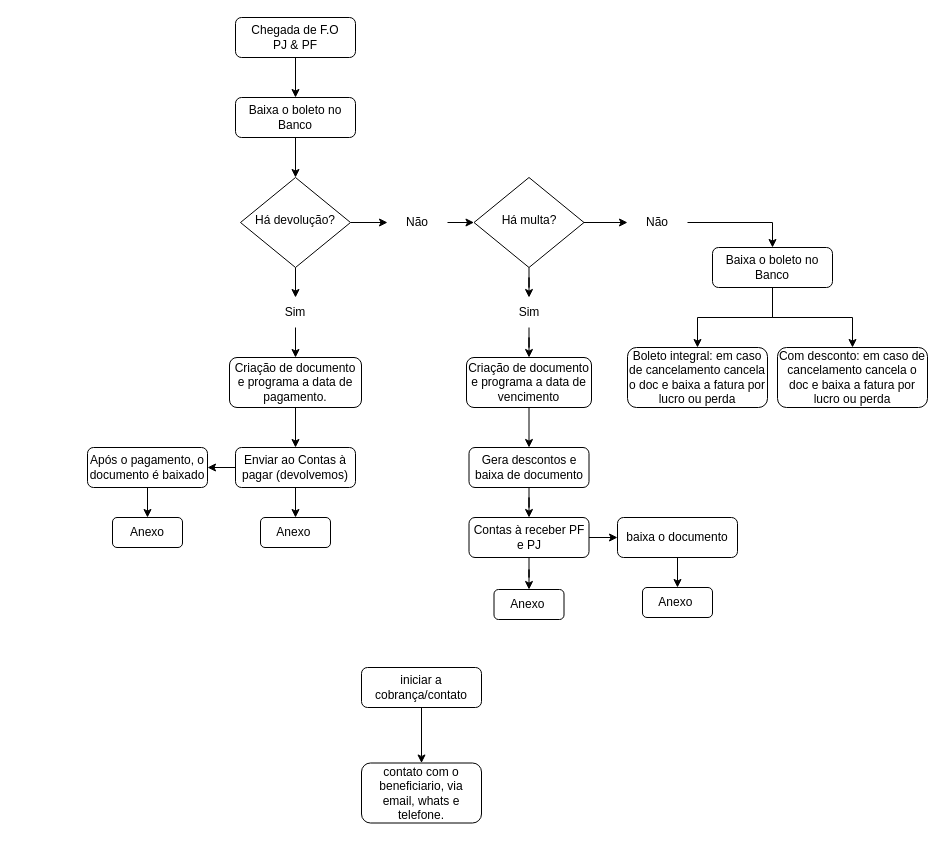
OLuizArruda/alura keeps this draw.io diagram as portfolio/fluxo financeiro.drawio. Above is the earlier version. Source tidied: cells renumbered, new cells numbered last; positions are measured from the earlier drawing's top-left corner, leaving out a move shared by most shapes. Both pictures are drawn from the tidied source at 100%, with x=0, y=0 at pixel (87, 17).
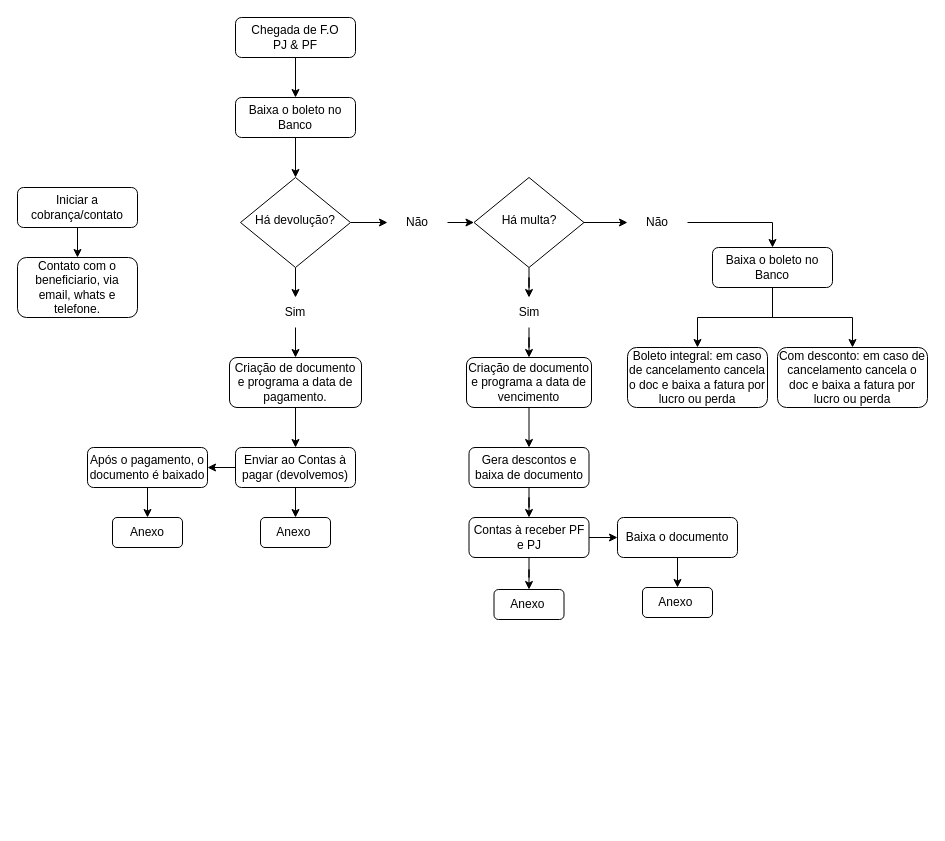
The same diagram, later.

The edit, as a diff of the source:
```diff
@@
-    <mxCell id="8" value="iniciar a cobrança/contato" style="rounded=1;whiteSpace=wrap;html=1;fontSize=12;glass=0;strokeWidth=1;shadow=0;" parent="1" vertex="1">
-      <mxGeometry x="274" y="650" width="120" height="40" as="geometry" />
+    <mxCell id="8" value="Iniciar a cobrança/contato" style="rounded=1;whiteSpace=wrap;html=1;fontSize=12;glass=0;strokeWidth=1;shadow=0;" parent="1" vertex="1">
+      <mxGeometry x="-70" y="170" width="120" height="40" as="geometry" />
     </mxCell>
@@
-    <mxCell id="37" value="contato com o beneficiario, via email, whats e telefone." style="rounded=1;whiteSpace=wrap;html=1;glass=0;strokeWidth=1;shadow=0;" parent="1" vertex="1">
-      <mxGeometry x="274" y="745.5" width="120" height="60" as="geometry" />
+    <mxCell id="37" value="Contato com o beneficiario, via email, whats e telefone." style="rounded=1;whiteSpace=wrap;html=1;glass=0;strokeWidth=1;shadow=0;" parent="1" vertex="1">
+      <mxGeometry x="-70" y="240" width="120" height="60" as="geometry" />
     </mxCell>
@@
-    <mxCell id="42" value="baixa o documento" style="rounded=1;whiteSpace=wrap;html=1;fontSize=12;glass=0;strokeWidth=1;shadow=0;" parent="1" vertex="1">
+    <mxCell id="42" value="Baixa o documento" style="rounded=1;whiteSpace=wrap;html=1;fontSize=12;glass=0;strokeWidth=1;shadow=0;" parent="1" vertex="1">
       <mxGeometry x="530" y="500" width="120" height="40" as="geometry" />
     </mxCell>
```
